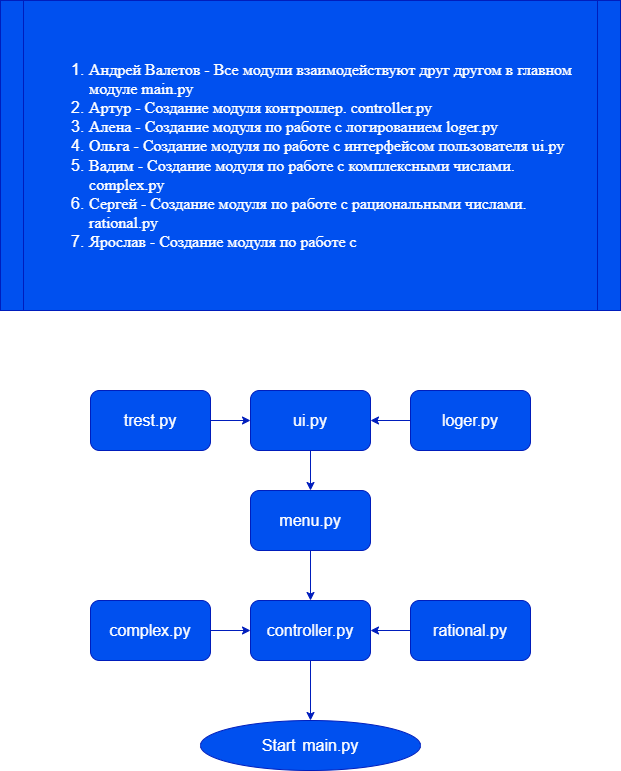
GrafanyS/calculator_program keeps this draw.io diagram as flowchart.png. Above is the earlier version. Source tidied: cells renumbered, new cells last; positions are measured from the earlier drawing's top-left corner, leaving out a move shared by most shapes.
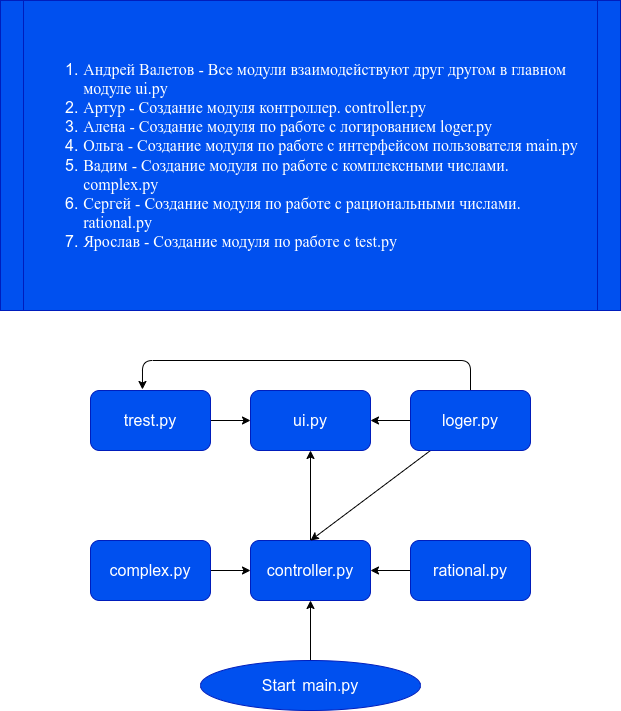
The same diagram one commit later.

Change to the diagram source:
```diff
@@ -2,52 +2,57 @@
   <root>
     <mxCell id="0" />
     <mxCell id="1" parent="0" />
-    <mxCell id="2" style="edgeStyle=none;html=1;fontFamily=Helvetica;fontSize=16;fontColor=#FFFFFF;labelBackgroundColor=none;fillColor=#0050ef;strokeColor=#001DBC;" parent="1" edge="1" source="3" target="10">
+    <mxCell id="2" style="edgeStyle=none;html=1;exitX=1;exitY=0.5;exitDx=0;exitDy=0;entryX=0;entryY=0.5;entryDx=0;entryDy=0;" parent="1" edge="1" source="3" target="10">
       <mxGeometry relative="1" as="geometry" />
     </mxCell>
     <mxCell id="3" value="&lt;div style=&quot;font-size: 16px ; line-height: 22px&quot;&gt;&lt;div style=&quot;line-height: 22px&quot;&gt;&lt;font&gt;complex.py&lt;/font&gt;&lt;/div&gt;&lt;/div&gt;" style="rounded=1;whiteSpace=wrap;html=1;fontColor=#ffffff;labelBackgroundColor=none;fillColor=#0050ef;strokeColor=#001DBC;" parent="1" vertex="1">
-      <mxGeometry x="90" y="600" width="120" height="60" as="geometry" />
+      <mxGeometry x="90" y="540" width="120" height="60" as="geometry" />
     </mxCell>
-    <mxCell id="4" style="edgeStyle=none;html=1;fontFamily=Helvetica;fontSize=16;fontColor=#FFFFFF;labelBackgroundColor=none;fillColor=#0050ef;strokeColor=#001DBC;" parent="1" edge="1" source="5" target="10">
+    <mxCell id="4" style="edgeStyle=none;html=1;exitX=0;exitY=0.5;exitDx=0;exitDy=0;entryX=1;entryY=0.5;entryDx=0;entryDy=0;" parent="1" edge="1" source="5" target="10">
       <mxGeometry relative="1" as="geometry" />
     </mxCell>
     <mxCell id="5" value="&lt;div style=&quot;font-size: 16px; line-height: 22px;&quot;&gt;rational.py&lt;/div&gt;" style="rounded=1;whiteSpace=wrap;html=1;fontColor=#ffffff;labelBackgroundColor=none;fillColor=#0050ef;strokeColor=#001DBC;" parent="1" vertex="1">
-      <mxGeometry x="410" y="600" width="120" height="60" as="geometry" />
+      <mxGeometry x="410" y="540" width="120" height="60" as="geometry" />
     </mxCell>
-    <mxCell id="6" style="edgeStyle=none;html=1;fontFamily=Helvetica;fontSize=16;fontColor=#FFFFFF;labelBackgroundColor=none;fillColor=#0050ef;strokeColor=#001DBC;" parent="1" edge="1" source="7" target="14">
+    <mxCell id="6" style="edgeStyle=none;html=1;exitX=1;exitY=0.5;exitDx=0;exitDy=0;entryX=0;entryY=0.5;entryDx=0;entryDy=0;" parent="1" edge="1" source="7" target="14">
       <mxGeometry relative="1" as="geometry" />
     </mxCell>
     <mxCell id="7" value="&lt;font style=&quot;font-size: 16px&quot;&gt;trest.py&lt;/font&gt;" style="rounded=1;whiteSpace=wrap;html=1;fontColor=#ffffff;labelBackgroundColor=none;fillColor=#0050ef;strokeColor=#001DBC;" parent="1" vertex="1">
       <mxGeometry x="90" y="390" width="120" height="60" as="geometry" />
     </mxCell>
+    <mxCell id="18" style="edgeStyle=none;html=1;" parent="1" edge="1" source="8" target="10">
+      <mxGeometry relative="1" as="geometry" />
+    </mxCell>
     <mxCell id="8" value="&lt;font style=&quot;font-size: 16px&quot;&gt;Start&lt;/font&gt;&amp;nbsp;&amp;nbsp;&lt;span style=&quot;font-size: 16px&quot;&gt;main.py&lt;/span&gt;" style="ellipse;whiteSpace=wrap;html=1;fontColor=#ffffff;labelBackgroundColor=none;fillColor=#0050ef;strokeColor=#001DBC;" parent="1" vertex="1">
-      <mxGeometry x="200" y="720" width="220" height="50" as="geometry" />
+      <mxGeometry x="200" y="660" width="220" height="50" as="geometry" />
     </mxCell>
-    <mxCell id="9" style="edgeStyle=none;html=1;fontFamily=Helvetica;fontSize=16;fontColor=#FFFFFF;labelBackgroundColor=none;fillColor=#0050ef;strokeColor=#001DBC;" parent="1" edge="1" source="10" target="8">
-      <mxGeometry relative="1" as="geometry" />
-    </mxCell>
+    <mxCell id="19" style="edgeStyle=none;html=1;exitX=0.5;exitY=0;exitDx=0;exitDy=0;entryX=0.5;entryY=1;entryDx=0;entryDy=0;" parent="1" edge="1" source="10" target="14">
+      <mxGeometry relative="1" as="geometry" />
+    </mxCell>
     <mxCell id="10" value="&lt;font style=&quot;font-size: 16px&quot;&gt;controller.py&lt;/font&gt;" style="rounded=1;whiteSpace=wrap;html=1;fontColor=#ffffff;labelBackgroundColor=none;fillColor=#0050ef;strokeColor=#001DBC;" parent="1" vertex="1">
-      <mxGeometry x="250" y="600" width="120" height="60" as="geometry" />
+      <mxGeometry x="250" y="540" width="120" height="60" as="geometry" />
     </mxCell>
+    <mxCell id="20" style="edgeStyle=none;html=1;exitX=0.5;exitY=0;exitDx=0;exitDy=0;entryX=0.433;entryY=-0.017;entryDx=0;entryDy=0;entryPerimeter=0;" parent="1" edge="1" source="12" target="7">
+      <mxGeometry relative="1" as="geometry">
+        <Array as="points">
+          <mxPoint x="470" y="360" />
+          <mxPoint x="142" y="360" />
+        </Array>
+      </mxGeometry>
+    </mxCell>
-    <mxCell id="11" style="edgeStyle=none;html=1;fontFamily=Helvetica;fontSize=16;fontColor=#FFFFFF;labelBackgroundColor=none;fillColor=#0050ef;strokeColor=#001DBC;" parent="1" edge="1" source="12" target="14">
+    <mxCell id="11" style="edgeStyle=none;html=1;exitX=0;exitY=0.5;exitDx=0;exitDy=0;entryX=1;entryY=0.5;entryDx=0;entryDy=0;" parent="1" edge="1" source="12" target="14">
       <mxGeometry relative="1" as="geometry" />
     </mxCell>
+    <mxCell id="21" style="edgeStyle=none;html=1;entryX=0.5;entryY=0;entryDx=0;entryDy=0;" parent="1" edge="1" source="12" target="10">
+      <mxGeometry relative="1" as="geometry" />
+    </mxCell>
     <mxCell id="12" value="&lt;font style=&quot;font-size: 16px&quot;&gt;loger.py&lt;/font&gt;" style="rounded=1;whiteSpace=wrap;html=1;fontColor=#ffffff;labelBackgroundColor=none;fillColor=#0050ef;strokeColor=#001DBC;" parent="1" vertex="1">
       <mxGeometry x="410" y="390" width="120" height="60" as="geometry" />
     </mxCell>
-    <mxCell id="13" style="edgeStyle=none;html=1;fontFamily=Helvetica;fontSize=16;fontColor=#FFFFFF;labelBackgroundColor=none;fillColor=#0050ef;strokeColor=#001DBC;" parent="1" edge="1" source="14" target="16">
-      <mxGeometry relative="1" as="geometry" />
-    </mxCell>
     <mxCell id="14" value="&lt;font style=&quot;font-size: 16px&quot;&gt;ui.py&lt;/font&gt;" style="rounded=1;whiteSpace=wrap;html=1;fontColor=#ffffff;labelBackgroundColor=none;fillColor=#0050ef;strokeColor=#001DBC;" parent="1" vertex="1">
       <mxGeometry x="250" y="390" width="120" height="60" as="geometry" />
     </mxCell>
-    <mxCell id="15" style="edgeStyle=none;html=1;fontFamily=Helvetica;fontSize=16;fontColor=#FFFFFF;labelBackgroundColor=none;fillColor=#0050ef;strokeColor=#001DBC;" parent="1" edge="1" source="16" target="10">
-      <mxGeometry relative="1" as="geometry" />
-    </mxCell>
-    <mxCell id="16" value="&lt;font style=&quot;font-size: 16px&quot;&gt;menu.py&lt;/font&gt;" style="rounded=1;whiteSpace=wrap;html=1;fontColor=#ffffff;labelBackgroundColor=none;fillColor=#0050ef;strokeColor=#001DBC;" parent="1" vertex="1">
-      <mxGeometry x="250" y="490" width="120" height="60" as="geometry" />
-    </mxCell>
-    <mxCell id="17" value="&lt;p class=&quot;MsoNormal&quot; style=&quot;margin-bottom: 0cm ; margin-bottom: 0.0001pt ; line-height: normal&quot;&gt;&lt;/p&gt;&lt;div style=&quot;text-align: left&quot;&gt;&lt;ol&gt;&lt;li&gt;&lt;span style=&quot;font-size: 12.0pt ; line-height: 107% ; font-family: &amp;#34;times new roman&amp;#34; , serif&quot;&gt;Андрей Валетов -&amp;nbsp;Все модули взаимодействуют друг другом в главном&lt;br/&gt;модуле&amp;nbsp;main.py&lt;/span&gt;&lt;/li&gt;&lt;li&gt;&lt;span style=&quot;font-size: 12.0pt ; line-height: 107% ; font-family: &amp;#34;times new roman&amp;#34; , serif&quot;&gt;Артур&amp;nbsp;- Создание модуля контроллер.&amp;nbsp;controller.py&lt;br&gt;&lt;/span&gt;&lt;/li&gt;&lt;li&gt;&lt;span style=&quot;font-size: 12.0pt ; line-height: 107% ; font-family: &amp;#34;times new roman&amp;#34; , serif&quot;&gt;Алена&amp;nbsp;- Создание модуля по работе с логированием loger.py&lt;br&gt;&lt;/span&gt;&lt;/li&gt;&lt;li&gt;&lt;span style=&quot;font-size: 12.0pt ; line-height: 107% ; font-family: &amp;#34;times new roman&amp;#34; , serif&quot;&gt;Ольга&amp;nbsp;- Создание модуля по работе с интерфейсом пользователя ui.py&lt;br&gt;&lt;/span&gt;&lt;/li&gt;&lt;li&gt;&lt;span style=&quot;font-size: 12.0pt ; line-height: 107% ; font-family: &amp;#34;times new roman&amp;#34; , serif&quot;&gt;Вадим&amp;nbsp;- Создание модуля по работе с комплексными числами.&lt;br/&gt;complex.py&lt;br&gt;&lt;/span&gt;&lt;/li&gt;&lt;li&gt;&lt;span style=&quot;font-size: 12.0pt ; line-height: 107% ; font-family: &amp;#34;times new roman&amp;#34; , serif&quot;&gt;Сергей&amp;nbsp;-&amp;nbsp;Создание модуля по работе с рациональными числами.&lt;br/&gt;rational.py&lt;br&gt;&lt;/span&gt;&lt;/li&gt;&lt;li&gt;&lt;span style=&quot;font-size: 12.0pt ; line-height: 107% ; font-family: &amp;#34;times new roman&amp;#34; , serif&quot;&gt;Ярослав&amp;nbsp;- Создание модуля по работе с&lt;br&gt;&lt;/span&gt;&lt;/li&gt;&lt;/ol&gt;&lt;/div&gt;" style="shape=process;whiteSpace=wrap;html=1;backgroundOutline=1;labelBackgroundColor=none;fontFamily=Helvetica;fontSize=16;fontColor=#ffffff;size=0.036585365853658534;fillColor=#0050ef;strokeColor=#001DBC;" parent="1" vertex="1">
+    <mxCell id="17" value="&lt;p class=&quot;MsoNormal&quot; style=&quot;margin-bottom: 0cm ; margin-bottom: 0.0001pt ; line-height: normal&quot;&gt;&lt;/p&gt;&lt;div style=&quot;text-align: left&quot;&gt;&lt;ol&gt;&lt;li&gt;&lt;span style=&quot;font-size: 12.0pt ; line-height: 107% ; font-family: &amp;#34;times new roman&amp;#34; , serif&quot;&gt;Андрей Валетов -&amp;nbsp;Все модули взаимодействуют друг другом в главном&lt;br&gt;модуле ui.py&lt;/span&gt;&lt;/li&gt;&lt;li&gt;&lt;span style=&quot;font-size: 12.0pt ; line-height: 107% ; font-family: &amp;#34;times new roman&amp;#34; , serif&quot;&gt;Артур&amp;nbsp;- Создание модуля контроллер.&amp;nbsp;controller.py&lt;br&gt;&lt;/span&gt;&lt;/li&gt;&lt;li&gt;&lt;span style=&quot;font-size: 12.0pt ; line-height: 107% ; font-family: &amp;#34;times new roman&amp;#34; , serif&quot;&gt;Алена&amp;nbsp;- Создание модуля по работе с логированием loger.py&lt;br&gt;&lt;/span&gt;&lt;/li&gt;&lt;li&gt;&lt;span style=&quot;font-size: 12.0pt ; line-height: 107% ; font-family: &amp;#34;times new roman&amp;#34; , serif&quot;&gt;Ольга&amp;nbsp;- Создание модуля по работе с интерфейсом пользователя main.py&lt;br&gt;&lt;/span&gt;&lt;/li&gt;&lt;li&gt;&lt;span style=&quot;font-size: 12.0pt ; line-height: 107% ; font-family: &amp;#34;times new roman&amp;#34; , serif&quot;&gt;Вадим&amp;nbsp;- Создание модуля по работе с комплексными числами.&lt;br&gt;complex.py&lt;br&gt;&lt;/span&gt;&lt;/li&gt;&lt;li&gt;&lt;span style=&quot;font-size: 12.0pt ; line-height: 107% ; font-family: &amp;#34;times new roman&amp;#34; , serif&quot;&gt;Сергей&amp;nbsp;-&amp;nbsp;Создание модуля по работе с рациональными числами.&lt;br&gt;rational.py&lt;br&gt;&lt;/span&gt;&lt;/li&gt;&lt;li&gt;&lt;span style=&quot;font-size: 12.0pt ; line-height: 107% ; font-family: &amp;#34;times new roman&amp;#34; , serif&quot;&gt;Ярослав&amp;nbsp;- Создание модуля по работе с test.py&lt;br&gt;&lt;/span&gt;&lt;/li&gt;&lt;/ol&gt;&lt;/div&gt;" style="shape=process;whiteSpace=wrap;html=1;backgroundOutline=1;labelBackgroundColor=none;fontFamily=Helvetica;fontSize=16;fontColor=#ffffff;size=0.036585365853658534;fillColor=#0050ef;strokeColor=#001DBC;" parent="1" vertex="1">
       <mxGeometry width="620" height="310" as="geometry" />
     </mxCell>
   </root>
```
